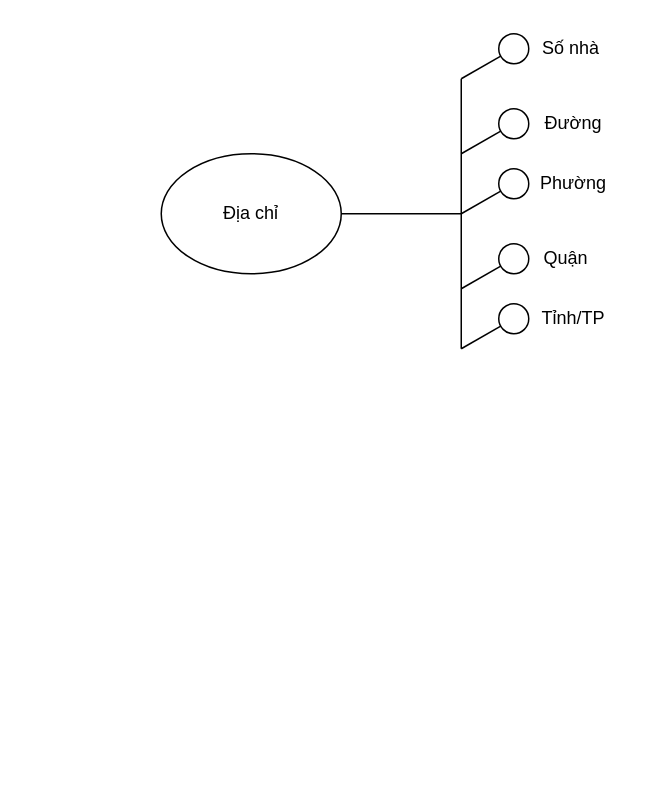
This is Untitled Diagram.drawio from datnham0212/PTTK, a draw.io file, before an edit. Source tidied: cells renumbered, new cells numbered last; positions are measured from the earlier drawing's top-left corner, leaving out a move shared by most shapes. Both pictures are drawn from the tidied source at 150%, with x=0, y=0 at pixel (160, 26).
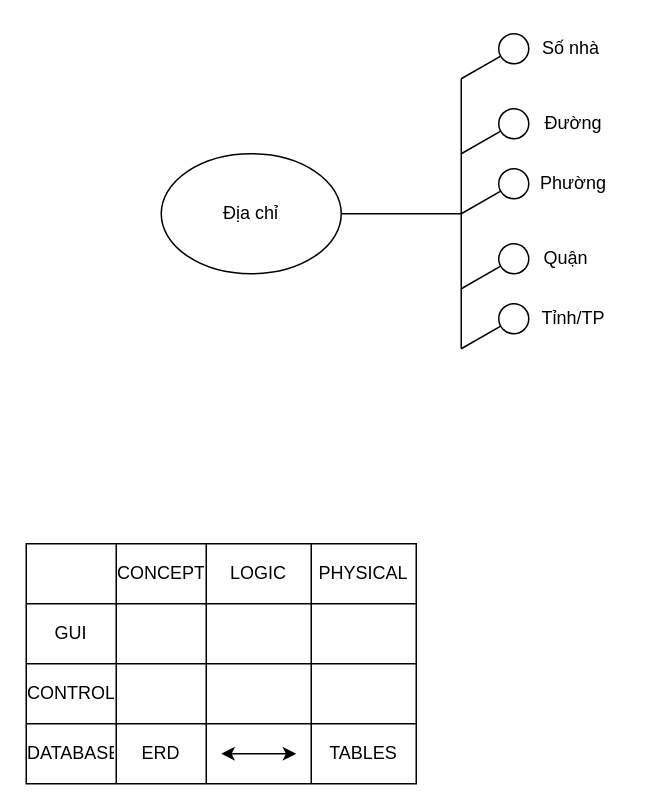
The same diagram, later.

What changed in the source:
```diff
@@
+    <mxCell id="20" style="shape=table;startSize=0;childLayout=tableLayout;" parent="1" vertex="1">
+      <mxGeometry x="-90" y="345" width="260" height="160" as="geometry" />
+    </mxCell>
+    <mxCell id="21" style="shape=tableRow;horizontal=0;startSize=0;swimlaneHead=0;swimlaneBody=0;strokeColor=inherit;top=0;left=0;bottom=0;right=0;fillColor=none;" parent="20" vertex="1">
+      <mxGeometry width="260" height="40" as="geometry" />
+    </mxCell>
+    <mxCell id="22" style="shape=partialRectangle;html=1;whiteSpace=wrap;strokeColor=inherit;overflow=hidden;fillColor=none;top=0;left=0;bottom=0;right=0;" parent="21" vertex="1">
+      <mxGeometry width="60" height="40" as="geometry" />
+    </mxCell>
+    <mxCell id="23" value="CONCEPT" style="shape=partialRectangle;html=1;whiteSpace=wrap;strokeColor=inherit;overflow=hidden;fillColor=none;top=0;left=0;bottom=0;right=0;" parent="21" vertex="1">
+      <mxGeometry x="60" width="60" height="40" as="geometry" />
+    </mxCell>
+    <mxCell id="24" value="LOGIC" style="shape=partialRectangle;html=1;whiteSpace=wrap;strokeColor=inherit;overflow=hidden;fillColor=none;top=0;left=0;bottom=0;right=0;" parent="21" vertex="1">
+      <mxGeometry x="120" width="70" height="40" as="geometry" />
+    </mxCell>
+    <mxCell id="25" value="PHYSICAL" style="shape=partialRectangle;html=1;whiteSpace=wrap;strokeColor=inherit;overflow=hidden;fillColor=none;top=0;left=0;bottom=0;right=0;" parent="21" vertex="1">
+      <mxGeometry x="190" width="70" height="40" as="geometry" />
+    </mxCell>
+    <mxCell id="26" style="shape=tableRow;horizontal=0;startSize=0;swimlaneHead=0;swimlaneBody=0;strokeColor=inherit;top=0;left=0;bottom=0;right=0;fillColor=none;" parent="20" vertex="1">
+      <mxGeometry y="40" width="260" height="40" as="geometry" />
+    </mxCell>
+    <mxCell id="27" value="GUI" style="shape=partialRectangle;html=1;whiteSpace=wrap;strokeColor=inherit;overflow=hidden;fillColor=none;top=0;left=0;bottom=0;right=0;" parent="26" vertex="1">
+      <mxGeometry width="60" height="40" as="geometry" />
+    </mxCell>
+    <mxCell id="28" style="shape=partialRectangle;html=1;whiteSpace=wrap;strokeColor=inherit;overflow=hidden;fillColor=none;top=0;left=0;bottom=0;right=0;" parent="26" vertex="1">
+      <mxGeometry x="60" width="60" height="40" as="geometry" />
+    </mxCell>
+    <mxCell id="29" style="shape=partialRectangle;html=1;whiteSpace=wrap;strokeColor=inherit;overflow=hidden;fillColor=none;top=0;left=0;bottom=0;right=0;" parent="26" vertex="1">
+      <mxGeometry x="120" width="70" height="40" as="geometry" />
+    </mxCell>
+    <mxCell id="30" style="shape=partialRectangle;html=1;whiteSpace=wrap;strokeColor=inherit;overflow=hidden;fillColor=none;top=0;left=0;bottom=0;right=0;" parent="26" vertex="1">
+      <mxGeometry x="190" width="70" height="40" as="geometry" />
+    </mxCell>
+    <mxCell id="31" style="shape=tableRow;horizontal=0;startSize=0;swimlaneHead=0;swimlaneBody=0;strokeColor=inherit;top=0;left=0;bottom=0;right=0;fillColor=none;" parent="20" vertex="1">
+      <mxGeometry y="80" width="260" height="40" as="geometry" />
+    </mxCell>
+    <mxCell id="32" value="CONTROL" style="shape=partialRectangle;html=1;whiteSpace=wrap;strokeColor=inherit;overflow=hidden;fillColor=none;top=0;left=0;bottom=0;right=0;" parent="31" vertex="1">
+      <mxGeometry width="60" height="40" as="geometry" />
+    </mxCell>
+    <mxCell id="33" style="shape=partialRectangle;html=1;whiteSpace=wrap;strokeColor=inherit;overflow=hidden;fillColor=none;top=0;left=0;bottom=0;right=0;" parent="31" vertex="1">
+      <mxGeometry x="60" width="60" height="40" as="geometry" />
+    </mxCell>
+    <mxCell id="34" style="shape=partialRectangle;html=1;whiteSpace=wrap;strokeColor=inherit;overflow=hidden;fillColor=none;top=0;left=0;bottom=0;right=0;" parent="31" vertex="1">
+      <mxGeometry x="120" width="70" height="40" as="geometry" />
+    </mxCell>
+    <mxCell id="35" style="shape=partialRectangle;html=1;whiteSpace=wrap;strokeColor=inherit;overflow=hidden;fillColor=none;top=0;left=0;bottom=0;right=0;" parent="31" vertex="1">
+      <mxGeometry x="190" width="70" height="40" as="geometry" />
+    </mxCell>
+    <mxCell id="36" style="shape=tableRow;horizontal=0;startSize=0;swimlaneHead=0;swimlaneBody=0;strokeColor=inherit;top=0;left=0;bottom=0;right=0;fillColor=none;" parent="20" vertex="1">
+      <mxGeometry y="120" width="260" height="40" as="geometry" />
+    </mxCell>
+    <mxCell id="37" value="DATABASE" style="shape=partialRectangle;html=1;whiteSpace=wrap;strokeColor=inherit;overflow=hidden;fillColor=none;top=0;left=0;bottom=0;right=0;" parent="36" vertex="1">
+      <mxGeometry width="60" height="40" as="geometry" />
+    </mxCell>
+    <mxCell id="38" value="ERD" style="shape=partialRectangle;html=1;whiteSpace=wrap;strokeColor=inherit;overflow=hidden;fillColor=none;top=0;left=0;bottom=0;right=0;" parent="36" vertex="1">
+      <mxGeometry x="60" width="60" height="40" as="geometry" />
+    </mxCell>
+    <mxCell id="39" style="shape=partialRectangle;html=1;whiteSpace=wrap;strokeColor=inherit;overflow=hidden;fillColor=none;top=0;left=0;bottom=0;right=0;" parent="36" vertex="1">
+      <mxGeometry x="120" width="70" height="40" as="geometry" />
+    </mxCell>
+    <mxCell id="40" value="TABLES" style="shape=partialRectangle;html=1;whiteSpace=wrap;strokeColor=inherit;overflow=hidden;fillColor=none;top=0;left=0;bottom=0;right=0;" parent="36" vertex="1">
+      <mxGeometry x="190" width="70" height="40" as="geometry" />
+    </mxCell>
+    <mxCell id="41" style="endArrow=classic;startArrow=classic;html=1;rounded=0;" parent="1" edge="1">
+      <mxGeometry relative="1" as="geometry">
+        <mxPoint x="40" y="485" as="sourcePoint" />
+        <mxPoint x="90" y="485" as="targetPoint" />
+      </mxGeometry>
+    </mxCell>
```
